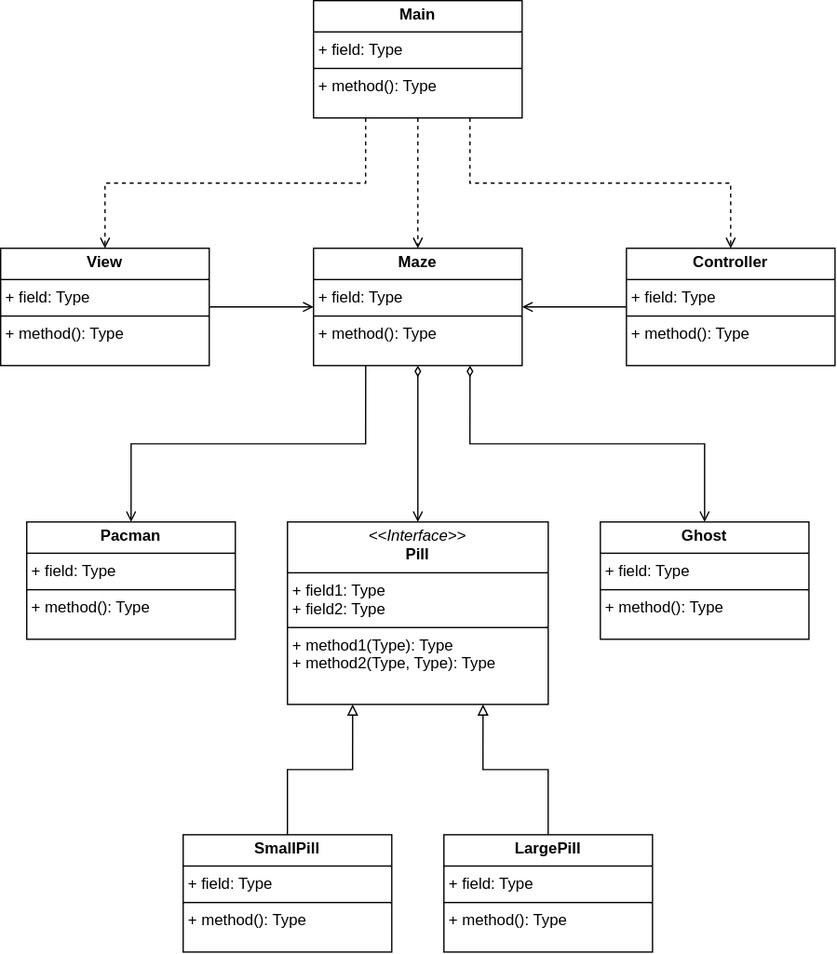
This is UML-Diagram.drawio.svg from Bartholomew125/PacMan, a draw.io export, as it was before one commit. Source tidied: cells renumbered, new cells last; positions are measured from the earlier drawing's top-left corner, leaving out a move shared by most shapes.
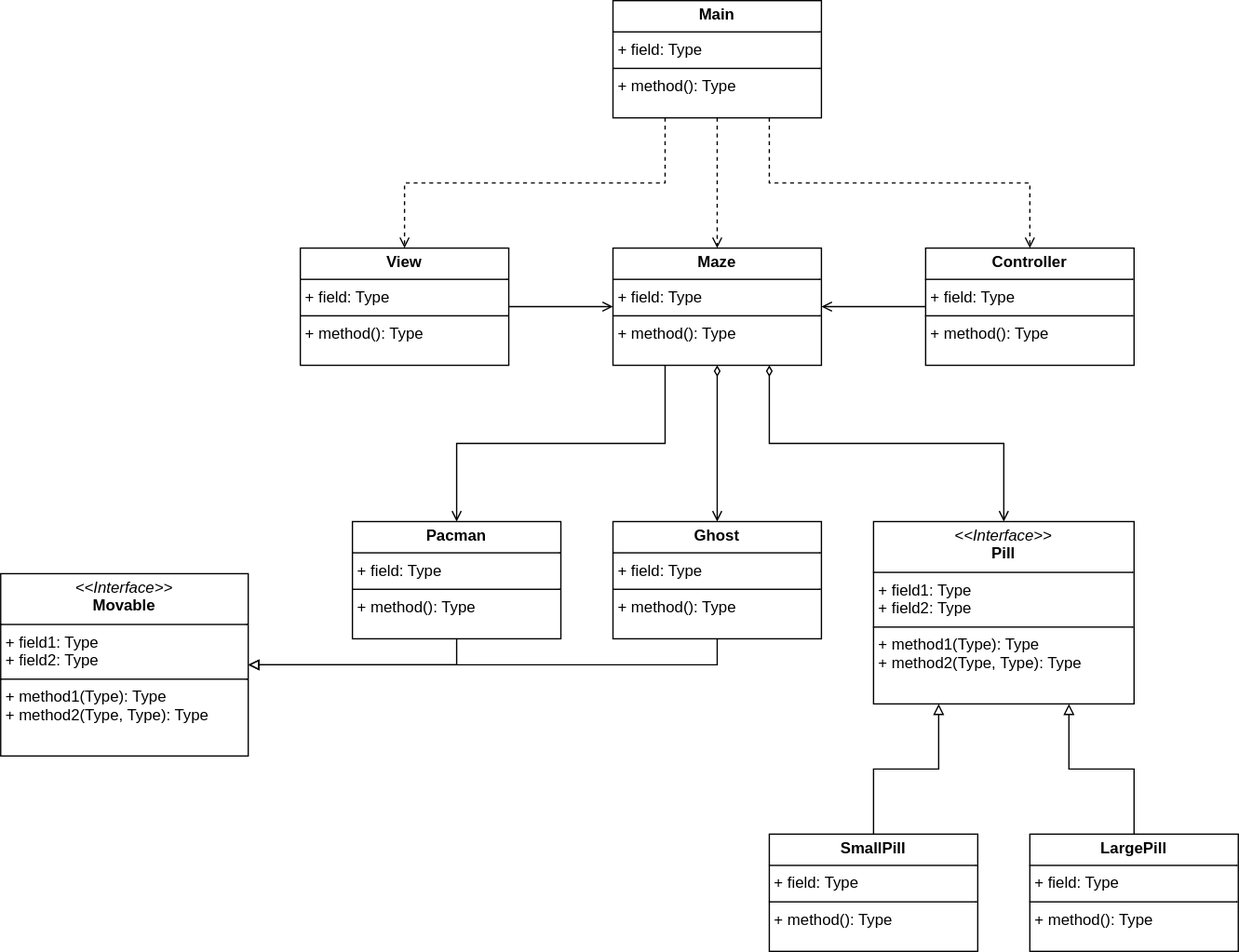
After the change.

Commit message:
Updated UML diagram

Added the Moveable interface

The edit, as a diff of the source:
```diff
@@ -5,10 +5,10 @@
     <mxCell id="2" style="edgeStyle=orthogonalEdgeStyle;rounded=0;jettySize=auto;html=1;endArrow=open;endFill=0;exitX=0.25;exitY=1;exitDx=0;exitDy=0;" parent="1" edge="1" source="16" target="10">
       <mxGeometry relative="1" as="geometry" />
     </mxCell>
-    <mxCell id="3" style="edgeStyle=orthogonalEdgeStyle;rounded=0;jettySize=auto;html=1;startArrow=diamondThin;startFill=0;endArrow=open;endFill=0;" parent="1" edge="1" source="16" target="9">
+    <mxCell id="3" style="edgeStyle=orthogonalEdgeStyle;rounded=0;jettySize=auto;html=1;startArrow=diamondThin;startFill=0;endArrow=open;endFill=0;exitX=0.75;exitY=1;exitDx=0;exitDy=0;" parent="1" edge="1" source="16" target="9">
       <mxGeometry relative="1" as="geometry" />
     </mxCell>
-    <mxCell id="4" style="edgeStyle=orthogonalEdgeStyle;rounded=0;jettySize=auto;html=1;exitX=0.75;exitY=1;exitDx=0;exitDy=0;endArrow=open;endFill=0;startArrow=diamondThin;startFill=0;" parent="1" edge="1" source="16" target="15">
+    <mxCell id="4" style="edgeStyle=orthogonalEdgeStyle;rounded=0;jettySize=auto;html=1;exitX=0.5;exitY=1;exitDx=0;exitDy=0;endArrow=open;endFill=0;startArrow=diamondThin;startFill=0;" parent="1" edge="1" source="16" target="15">
       <mxGeometry relative="1" as="geometry" />
     </mxCell>
     <mxCell id="5" style="edgeStyle=orthogonalEdgeStyle;rounded=0;jettySize=auto;html=1;endArrow=open;endFill=0;" parent="1" edge="1" source="17" target="16">
@@ -24,25 +24,35 @@
       <mxGeometry relative="1" as="geometry" />
     </mxCell>
     <mxCell id="9" value="&lt;p style=&quot;margin:0px;margin-top:4px;text-align:center;&quot;&gt;&lt;i&gt;&amp;lt;&amp;lt;Interface&amp;gt;&amp;gt;&lt;/i&gt;&lt;br&gt;&lt;b&gt;Pill&lt;/b&gt;&lt;/p&gt;&lt;hr size=&quot;1&quot; style=&quot;border-style:solid;&quot;&gt;&lt;p style=&quot;margin:0px;margin-left:4px;&quot;&gt;+ field1: Type&lt;br&gt;+ field2: Type&lt;/p&gt;&lt;hr size=&quot;1&quot; style=&quot;border-style:solid;&quot;&gt;&lt;p style=&quot;margin:0px;margin-left:4px;&quot;&gt;+ method1(Type): Type&lt;br&gt;+ method2(Type, Type): Type&lt;/p&gt;" style="verticalAlign=top;align=left;overflow=fill;html=1;whiteSpace=wrap;" parent="1" vertex="1">
-      <mxGeometry x="220" y="400" width="200" height="140" as="geometry" />
+      <mxGeometry x="440" y="400" width="200" height="140" as="geometry" />
     </mxCell>
+    <mxCell id="21" style="edgeStyle=orthogonalEdgeStyle;rounded=0;jettySize=auto;html=1;entryX=1;entryY=0.5;entryDx=0;entryDy=0;exitX=0.5;exitY=1;exitDx=0;exitDy=0;endArrow=block;endFill=0;" parent="1" edge="1" source="10" target="23">
+      <mxGeometry relative="1" as="geometry" />
+    </mxCell>
     <mxCell id="10" value="&lt;p style=&quot;margin:0px;margin-top:4px;text-align:center;&quot;&gt;&lt;b&gt;Pacman&lt;/b&gt;&lt;/p&gt;&lt;hr size=&quot;1&quot; style=&quot;border-style:solid;&quot;&gt;&lt;p style=&quot;margin:0px;margin-left:4px;&quot;&gt;+ field: Type&lt;/p&gt;&lt;hr size=&quot;1&quot; style=&quot;border-style:solid;&quot;&gt;&lt;p style=&quot;margin:0px;margin-left:4px;&quot;&gt;+ method(): Type&lt;/p&gt;" style="verticalAlign=top;align=left;overflow=fill;html=1;whiteSpace=wrap;" parent="1" vertex="1">
-      <mxGeometry x="20" y="400" width="160" height="90" as="geometry" />
+      <mxGeometry x="40" y="400" width="160" height="90" as="geometry" />
     </mxCell>
     <mxCell id="11" style="edgeStyle=orthogonalEdgeStyle;rounded=0;jettySize=auto;html=1;endArrow=block;endFill=0;entryX=0.25;entryY=1;entryDx=0;entryDy=0;" parent="1" edge="1" source="12" target="9">
       <mxGeometry relative="1" as="geometry" />
     </mxCell>
     <mxCell id="12" value="&lt;p style=&quot;margin:0px;margin-top:4px;text-align:center;&quot;&gt;&lt;b&gt;SmallPill&lt;/b&gt;&lt;/p&gt;&lt;hr size=&quot;1&quot; style=&quot;border-style:solid;&quot;&gt;&lt;p style=&quot;margin:0px;margin-left:4px;&quot;&gt;+ field: Type&lt;/p&gt;&lt;hr size=&quot;1&quot; style=&quot;border-style:solid;&quot;&gt;&lt;p style=&quot;margin:0px;margin-left:4px;&quot;&gt;+ method(): Type&lt;/p&gt;" style="verticalAlign=top;align=left;overflow=fill;html=1;whiteSpace=wrap;" parent="1" vertex="1">
-      <mxGeometry x="140" y="640" width="160" height="90" as="geometry" />
+      <mxGeometry x="360" y="640" width="160" height="90" as="geometry" />
     </mxCell>
     <mxCell id="13" style="edgeStyle=orthogonalEdgeStyle;rounded=0;jettySize=auto;html=1;endArrow=block;endFill=0;entryX=0.75;entryY=1;entryDx=0;entryDy=0;" parent="1" edge="1" source="14" target="9">
       <mxGeometry relative="1" as="geometry" />
     </mxCell>
     <mxCell id="14" value="&lt;p style=&quot;margin:0px;margin-top:4px;text-align:center;&quot;&gt;&lt;b&gt;LargePill&lt;/b&gt;&lt;/p&gt;&lt;hr size=&quot;1&quot; style=&quot;border-style:solid;&quot;&gt;&lt;p style=&quot;margin:0px;margin-left:4px;&quot;&gt;+ field: Type&lt;/p&gt;&lt;hr size=&quot;1&quot; style=&quot;border-style:solid;&quot;&gt;&lt;p style=&quot;margin:0px;margin-left:4px;&quot;&gt;+ method(): Type&lt;/p&gt;" style="verticalAlign=top;align=left;overflow=fill;html=1;whiteSpace=wrap;" parent="1" vertex="1">
-      <mxGeometry x="340" y="640" width="160" height="90" as="geometry" />
+      <mxGeometry x="560" y="640" width="160" height="90" as="geometry" />
     </mxCell>
+    <mxCell id="22" style="edgeStyle=orthogonalEdgeStyle;rounded=0;jettySize=auto;html=1;entryX=1;entryY=0.5;entryDx=0;entryDy=0;exitX=0.5;exitY=1;exitDx=0;exitDy=0;jumpStyle=arc;jumpSize=6;endArrow=block;endFill=0;" parent="1" edge="1" source="15" target="23">
+      <mxGeometry relative="1" as="geometry">
+        <Array as="points">
+          <mxPoint x="320" y="510" />
+        </Array>
+      </mxGeometry>
+    </mxCell>
     <mxCell id="15" value="&lt;p style=&quot;margin:0px;margin-top:4px;text-align:center;&quot;&gt;&lt;b&gt;Ghost&lt;/b&gt;&lt;/p&gt;&lt;hr size=&quot;1&quot; style=&quot;border-style:solid;&quot;&gt;&lt;p style=&quot;margin:0px;margin-left:4px;&quot;&gt;+ field: Type&lt;/p&gt;&lt;hr size=&quot;1&quot; style=&quot;border-style:solid;&quot;&gt;&lt;p style=&quot;margin:0px;margin-left:4px;&quot;&gt;+ method(): Type&lt;/p&gt;" style="verticalAlign=top;align=left;overflow=fill;html=1;whiteSpace=wrap;" parent="1" vertex="1">
-      <mxGeometry x="460" y="400" width="160" height="90" as="geometry" />
+      <mxGeometry x="240" y="400" width="160" height="90" as="geometry" />
     </mxCell>
     <mxCell id="16" value="&lt;p style=&quot;margin:0px;margin-top:4px;text-align:center;&quot;&gt;&lt;b&gt;Maze&lt;/b&gt;&lt;/p&gt;&lt;hr size=&quot;1&quot; style=&quot;border-style:solid;&quot;&gt;&lt;p style=&quot;margin:0px;margin-left:4px;&quot;&gt;+ field: Type&lt;/p&gt;&lt;hr size=&quot;1&quot; style=&quot;border-style:solid;&quot;&gt;&lt;p style=&quot;margin:0px;margin-left:4px;&quot;&gt;+ method(): Type&lt;/p&gt;" style="verticalAlign=top;align=left;overflow=fill;html=1;whiteSpace=wrap;" parent="1" vertex="1">
       <mxGeometry x="240" y="190" width="160" height="90" as="geometry" />
@@ -59,5 +69,8 @@
     <mxCell id="20" value="&lt;p style=&quot;margin:0px;margin-top:4px;text-align:center;&quot;&gt;&lt;b&gt;Main&lt;/b&gt;&lt;/p&gt;&lt;hr size=&quot;1&quot; style=&quot;border-style:solid;&quot;&gt;&lt;p style=&quot;margin:0px;margin-left:4px;&quot;&gt;+ field: Type&lt;/p&gt;&lt;hr size=&quot;1&quot; style=&quot;border-style:solid;&quot;&gt;&lt;p style=&quot;margin:0px;margin-left:4px;&quot;&gt;+ method(): Type&lt;/p&gt;" style="verticalAlign=top;align=left;overflow=fill;html=1;whiteSpace=wrap;" parent="1" vertex="1">
       <mxGeometry x="240" width="160" height="90" as="geometry" />
     </mxCell>
+    <mxCell id="23" value="&lt;p style=&quot;margin:0px;margin-top:4px;text-align:center;&quot;&gt;&lt;i&gt;&amp;lt;&amp;lt;Interface&amp;gt;&amp;gt;&lt;/i&gt;&lt;br&gt;&lt;b&gt;Movable&lt;/b&gt;&lt;/p&gt;&lt;hr size=&quot;1&quot; style=&quot;border-style:solid;&quot;&gt;&lt;p style=&quot;margin:0px;margin-left:4px;&quot;&gt;+ field1: Type&lt;br&gt;+ field2: Type&lt;/p&gt;&lt;hr size=&quot;1&quot; style=&quot;border-style:solid;&quot;&gt;&lt;p style=&quot;margin:0px;margin-left:4px;&quot;&gt;+ method1(Type): Type&lt;br&gt;+ method2(Type, Type): Type&lt;/p&gt;" style="verticalAlign=top;align=left;overflow=fill;html=1;whiteSpace=wrap;" parent="1" vertex="1">
+      <mxGeometry x="-230" y="440" width="190" height="140" as="geometry" />
+    </mxCell>
   </root>
 </mxGraphModel>
```
